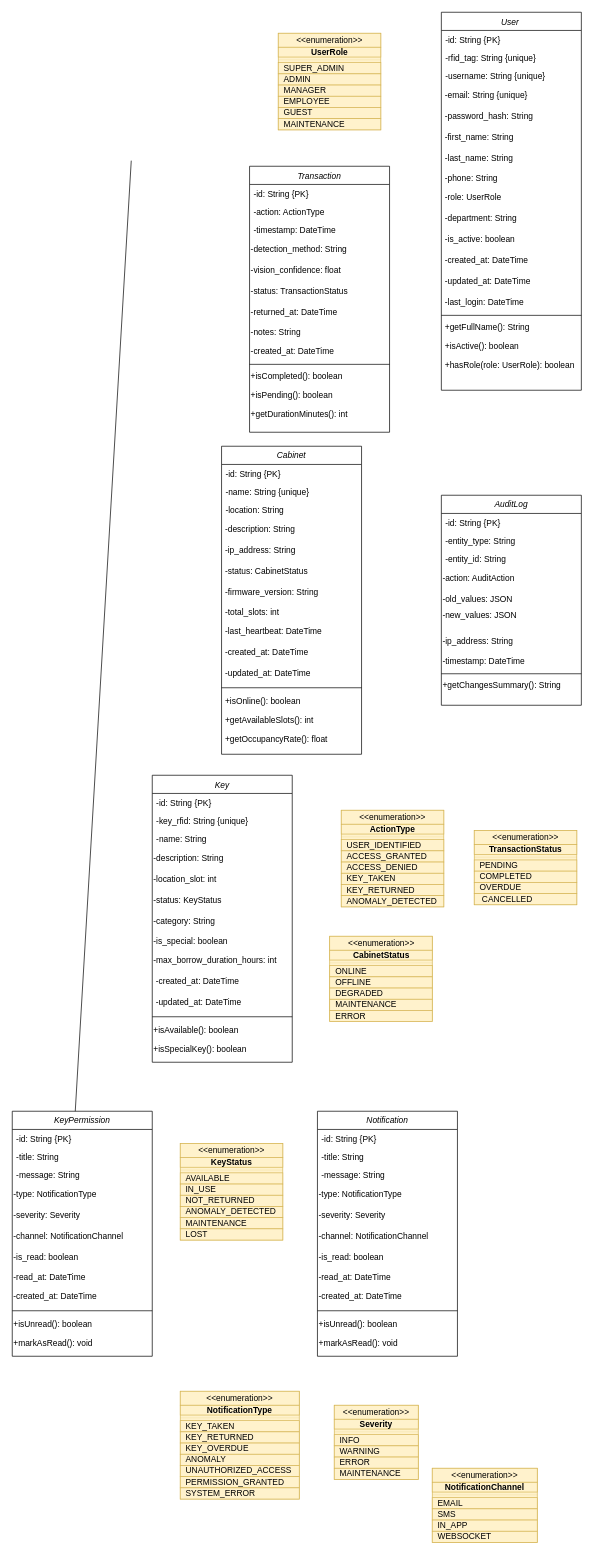
YosrMekkii/smart-key-management-web keeps this draw.io diagram as classdiagram.drawio. Above is the earlier version. Source tidied: cells renumbered, new cells numbered last; positions are measured from the earlier drawing's top-left corner, leaving out a move shared by most shapes. Both pictures are drawn from the tidied source at 70%, with x=0, y=0 at pixel (12, 12).
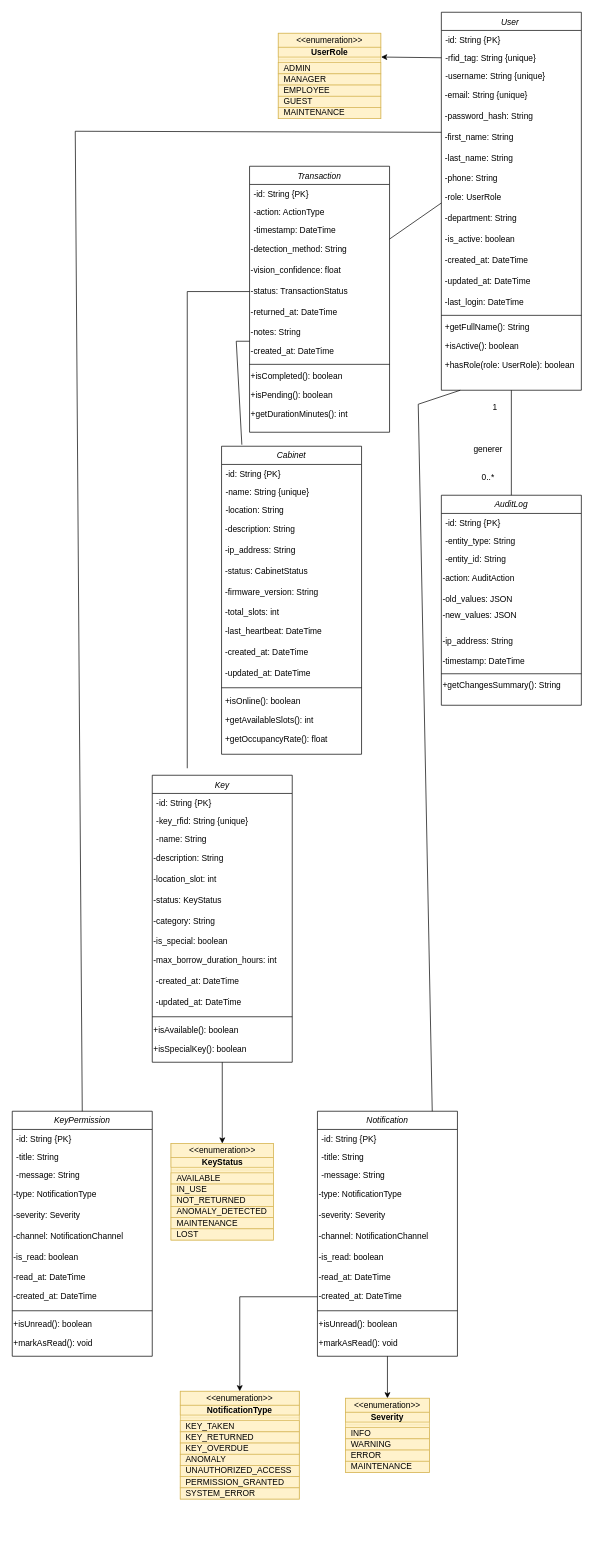
The same page after the edit.

Commit message:
Mettre à jour classdiagram.drawio

Unchanged cells that the change refers to:
```xml
<mxCell id="2" value="User " style="swimlane;fontStyle=2;align=center;verticalAlign=top;horizontal=1;startSize=26;rounded=0;shadow=0;strokeWidth=1;" parent="1" vertex="1">
  <mxGeometry x="613" width="200" height="540" as="geometry" />
</mxCell>
<mxCell id="4" value="-rfid_tag: String {unique}" style="text;align=left;verticalAlign=top;spacingLeft=4;spacingRight=4;overflow=hidden;points=[[0,0.5],[1,0.5]];portConstraint=eastwest;rounded=0;shadow=0;html=0;" parent="2" vertex="1">
  <mxGeometry y="52" width="200" height="26" as="geometry" />
</mxCell>
<mxCell id="8" value="&amp;nbsp;-first_name: String" style="text;html=1;whiteSpace=wrap;strokeColor=none;fillColor=none;align=left;verticalAlign=middle;rounded=0;" parent="2" vertex="1">
  <mxGeometry y="164" width="200" height="30" as="geometry" />
</mxCell>
<mxCell id="11" value="&amp;nbsp;-role: UserRole" style="text;html=1;whiteSpace=wrap;strokeColor=none;fillColor=none;align=left;verticalAlign=middle;rounded=0;" parent="2" vertex="1">
  <mxGeometry y="250" width="200" height="30" as="geometry" />
</mxCell>
<mxCell id="25" value="-detection_method: String" style="text;html=1;whiteSpace=wrap;strokeColor=none;fillColor=none;align=left;verticalAlign=middle;rounded=0;" parent="21" vertex="1">
  <mxGeometry y="104" width="200" height="30" as="geometry" />
</mxCell>
<mxCell id="27" value="-status: TransactionStatus" style="text;html=1;whiteSpace=wrap;strokeColor=none;fillColor=none;align=left;verticalAlign=middle;rounded=0;" parent="21" vertex="1">
  <mxGeometry y="164" width="200" height="30" as="geometry" />
</mxCell>
<mxCell id="30" value="-created_at: DateTime" style="text;html=1;whiteSpace=wrap;strokeColor=none;fillColor=none;align=left;verticalAlign=middle;rounded=0;" parent="21" vertex="1">
  <mxGeometry y="250" width="200" height="30" as="geometry" />
</mxCell>
<mxCell id="35" value="Cabinet" style="swimlane;fontStyle=2;align=center;verticalAlign=top;horizontal=1;startSize=26;rounded=0;shadow=0;strokeWidth=1;" parent="1" vertex="1">
  <mxGeometry x="299" y="620" width="200" height="440" as="geometry" />
</mxCell>
<mxCell id="51" value="Key" style="swimlane;fontStyle=2;align=center;verticalAlign=top;horizontal=1;startSize=26;rounded=0;shadow=0;strokeWidth=1;" parent="1" vertex="1">
  <mxGeometry x="200" y="1090" width="200" height="410" as="geometry" />
</mxCell>
<mxCell id="66" value="KeyPermission" style="swimlane;fontStyle=2;align=center;verticalAlign=top;horizontal=1;startSize=26;rounded=0;shadow=0;strokeWidth=1;" parent="1" vertex="1">
  <mxGeometry y="1570" width="200" height="350" as="geometry" />
</mxCell>
<mxCell id="79" value="Notification" style="swimlane;fontStyle=2;align=center;verticalAlign=top;horizontal=1;startSize=26;rounded=0;shadow=0;strokeWidth=1;" parent="1" vertex="1">
  <mxGeometry x="436" y="1570" width="200" height="350" as="geometry" />
</mxCell>
<mxCell id="88" value="-created_at: DateTime" style="text;html=1;whiteSpace=wrap;strokeColor=none;fillColor=none;align=left;verticalAlign=middle;rounded=0;" parent="79" vertex="1">
  <mxGeometry y="250" width="200" height="30" as="geometry" />
</mxCell>
<mxCell id="92" value="AuditLog" style="swimlane;fontStyle=2;align=center;verticalAlign=top;horizontal=1;startSize=26;rounded=0;shadow=0;strokeWidth=1;" parent="1" vertex="1">
  <mxGeometry x="613" y="690" width="200" height="300" as="geometry" />
</mxCell>
<mxCell id="104" value="&amp;lt;&amp;lt;enumeration&amp;gt;&amp;gt;" style="html=1;align=center;spacing=0;verticalAlign=middle;strokeColor=#d6b656;fillColor=#fff2cc;whiteSpace=wrap;" parent="103" vertex="1">
  <mxGeometry width="146.5" height="20" as="geometry" />
</mxCell>
<mxCell id="115" value="&amp;lt;&amp;lt;enumeration&amp;gt;&amp;gt;" style="html=1;align=center;spacing=0;verticalAlign=middle;strokeColor=#d6b656;fillColor=#fff2cc;whiteSpace=wrap;" parent="114" vertex="1">
  <mxGeometry width="170" height="20" as="geometry" />
</mxCell>
<mxCell id="127" value="&amp;lt;&amp;lt;enumeration&amp;gt;&amp;gt;" style="html=1;align=center;spacing=0;verticalAlign=middle;strokeColor=#d6b656;fillColor=#fff2cc;whiteSpace=wrap;" parent="126" vertex="1">
  <mxGeometry width="120" height="20" as="geometry" />
</mxCell>
<mxCell id="177" style="line;strokeWidth=0.25;fillColor=#fff2cc;align=left;verticalAlign=middle;spacingTop=-1;spacingLeft=3;spacingRight=3;labelPosition=right;points=[];portConstraint=eastwest;strokeColor=#d6b656;" parent="174" vertex="1">
  <mxGeometry y="34" width="146.5" height="8" as="geometry" />
</mxCell>
```

The edit, as a diff of the source:
```diff
@@
+    <mxCell id="186" style="edgeStyle=orthogonalEdgeStyle;rounded=0;jettySize=auto;html=1;entryX=0.5;entryY=0;entryDx=0;entryDy=0;" parent="1" edge="1" source="79" target="127">
+      <mxGeometry relative="1" as="geometry" />
+    </mxCell>
@@
     <mxCell id="103" style="fontStyle=1;align=center;verticalAlign=middle;horizontal=1;fillColor=#fff2cc;strokeColor=#d6b656;" parent="1" vertex="1">
-      <mxGeometry x="240" y="1616" width="146.5" height="138" as="geometry" />
+      <mxGeometry x="226.8" y="1616" width="146.5" height="138" as="geometry" />
     </mxCell>
@@
     <mxCell id="126" style="fontStyle=1;align=center;verticalAlign=middle;horizontal=1;fillColor=#fff2cc;strokeColor=#d6b656;" parent="1" vertex="1">
-      <mxGeometry x="460" y="1990" width="120" height="106" as="geometry" />
+      <mxGeometry x="476" y="1980" width="120" height="106" as="geometry" />
     </mxCell>
@@
-    <mxCell id="135" style="fontStyle=1;align=center;verticalAlign=middle;horizontal=1;fillColor=#fff2cc;strokeColor=#d6b656;" parent="1" vertex="1">
-      <mxGeometry x="600" y="2080" width="150" height="106" as="geometry" />
-    </mxCell>
-    <mxCell id="136" value="&amp;lt;&amp;lt;enumeration&amp;gt;&amp;gt;" style="html=1;align=center;spacing=0;verticalAlign=middle;strokeColor=#d6b656;fillColor=#fff2cc;whiteSpace=wrap;" parent="135" vertex="1">
-      <mxGeometry width="150" height="20" as="geometry" />
-    </mxCell>
-    <mxCell id="137" value="NotificationChannel" style="html=1;align=center;spacing=0;verticalAlign=middle;strokeColor=#d6b656;fillColor=#fff2cc;whiteSpace=wrap;fontStyle=1;" parent="135" vertex="1">
-      <mxGeometry y="20" width="150" height="14" as="geometry" />
-    </mxCell>
-    <mxCell id="138" style="line;strokeWidth=0.25;fillColor=#fff2cc;align=left;verticalAlign=middle;spacingTop=-1;spacingLeft=3;spacingRight=3;labelPosition=right;strokeColor=#d6b656;" parent="135" vertex="1">
-      <mxGeometry y="34" width="150" height="8" as="geometry" />
-    </mxCell>
-    <mxCell id="139" value="EMAIL" style="html=1;align=left;spacing=0;spacingLeft=8;verticalAlign=middle;strokeColor=#d6b656;fillColor=#fff2cc;whiteSpace=wrap;" parent="135" vertex="1">
-      <mxGeometry y="42" width="150" height="16" as="geometry" />
-    </mxCell>
-    <mxCell id="140" value="SMS" style="html=1;align=left;spacing=0;spacingLeft=8;verticalAlign=middle;strokeColor=#d6b656;fillColor=#fff2cc;whiteSpace=wrap;" parent="135" vertex="1">
-      <mxGeometry y="58" width="150" height="16" as="geometry" />
-    </mxCell>
-    <mxCell id="141" style="html=1;align=left;spacing=0;spacingLeft=8;verticalAlign=middle;strokeColor=#d6b656;fillColor=#fff2cc;whiteSpace=wrap;" parent="135" vertex="1">
-      <mxGeometry y="74" width="150" as="geometry" />
-    </mxCell>
-    <mxCell id="142" value="IN_APP" style="html=1;align=left;spacing=0;spacingLeft=8;verticalAlign=middle;strokeColor=#d6b656;fillColor=#fff2cc;whiteSpace=wrap;" parent="135" vertex="1">
-      <mxGeometry y="74" width="150" height="16" as="geometry" />
-    </mxCell>
-    <mxCell id="143" value="WEBSOCKET" style="html=1;align=left;spacing=0;spacingLeft=8;verticalAlign=middle;strokeColor=#d6b656;fillColor=#fff2cc;whiteSpace=wrap;" parent="135" vertex="1">
-      <mxGeometry y="90" width="150" height="16" as="geometry" />
-    </mxCell>
-    <mxCell id="144" style="fontStyle=1;align=center;verticalAlign=middle;horizontal=1;fillColor=#fff2cc;strokeColor=#d6b656;" parent="1" vertex="1">
-      <mxGeometry x="453.5" y="1320" width="146.5" height="122" as="geometry" />
-    </mxCell>
-    <mxCell id="145" value="&amp;lt;&amp;lt;enumeration&amp;gt;&amp;gt;" style="html=1;align=center;spacing=0;verticalAlign=middle;strokeColor=#d6b656;fillColor=#fff2cc;whiteSpace=wrap;" parent="144" vertex="1">
-      <mxGeometry width="146.5" height="20" as="geometry" />
-    </mxCell>
-    <mxCell id="146" value="CabinetStatus" style="html=1;align=center;spacing=0;verticalAlign=middle;strokeColor=#d6b656;fillColor=#fff2cc;whiteSpace=wrap;fontStyle=1;" parent="144" vertex="1">
-      <mxGeometry y="20" width="146.5" height="14" as="geometry" />
-    </mxCell>
-    <mxCell id="147" style="line;strokeWidth=0.25;fillColor=#fff2cc;align=left;verticalAlign=middle;spacingTop=-1;spacingLeft=3;spacingRight=3;labelPosition=right;strokeColor=#d6b656;" parent="144" vertex="1">
-      <mxGeometry y="34" width="146.5" height="8" as="geometry" />
-    </mxCell>
-    <mxCell id="148" value="ONLINE" style="html=1;align=left;spacing=0;spacingLeft=8;verticalAlign=middle;strokeColor=#d6b656;fillColor=#fff2cc;whiteSpace=wrap;" parent="144" vertex="1">
-      <mxGeometry y="42" width="146.5" height="16" as="geometry" />
-    </mxCell>
-    <mxCell id="149" value="OFFLINE" style="html=1;align=left;spacing=0;spacingLeft=8;verticalAlign=middle;strokeColor=#d6b656;fillColor=#fff2cc;whiteSpace=wrap;" parent="144" vertex="1">
-      <mxGeometry y="58" width="146.5" height="16" as="geometry" />
-    </mxCell>
-    <mxCell id="150" style="html=1;align=left;spacing=0;spacingLeft=8;verticalAlign=middle;strokeColor=#d6b656;fillColor=#fff2cc;whiteSpace=wrap;" parent="144" vertex="1">
-      <mxGeometry y="74" width="146.5" as="geometry" />
-    </mxCell>
-    <mxCell id="151" value="DEGRADED" style="html=1;align=left;spacing=0;spacingLeft=8;verticalAlign=middle;strokeColor=#d6b656;fillColor=#fff2cc;whiteSpace=wrap;" parent="144" vertex="1">
-      <mxGeometry y="74" width="146.5" height="16" as="geometry" />
-    </mxCell>
-    <mxCell id="152" value="MAINTENANCE" style="html=1;align=left;spacing=0;spacingLeft=8;verticalAlign=middle;strokeColor=#d6b656;fillColor=#fff2cc;whiteSpace=wrap;" parent="144" vertex="1">
-      <mxGeometry y="90" width="146.5" height="16" as="geometry" />
-    </mxCell>
-    <mxCell id="153" value="ERROR" style="html=1;align=left;spacing=0;spacingLeft=8;verticalAlign=middle;strokeColor=#d6b656;fillColor=#fff2cc;whiteSpace=wrap;" parent="144" vertex="1">
-      <mxGeometry y="106" width="146.5" height="16" as="geometry" />
-    </mxCell>
-    <mxCell id="154" style="fontStyle=1;align=center;verticalAlign=middle;horizontal=1;fillColor=#fff2cc;strokeColor=#d6b656;" parent="1" vertex="1">
-      <mxGeometry x="470" y="1140" width="146.5" height="138" as="geometry" />
-    </mxCell>
-    <mxCell id="155" value="&amp;lt;&amp;lt;enumeration&amp;gt;&amp;gt;" style="html=1;align=center;spacing=0;verticalAlign=middle;strokeColor=#d6b656;fillColor=#fff2cc;whiteSpace=wrap;" parent="154" vertex="1">
-      <mxGeometry width="146.5" height="20" as="geometry" />
-    </mxCell>
-    <mxCell id="156" value="ActionType" style="html=1;align=center;spacing=0;verticalAlign=middle;strokeColor=#d6b656;fillColor=#fff2cc;whiteSpace=wrap;fontStyle=1;" parent="154" vertex="1">
-      <mxGeometry y="20" width="146.5" height="14" as="geometry" />
-    </mxCell>
-    <mxCell id="157" style="line;strokeWidth=0.25;fillColor=#fff2cc;align=left;verticalAlign=middle;spacingTop=-1;spacingLeft=3;spacingRight=3;labelPosition=right;strokeColor=#d6b656;" parent="154" vertex="1">
-      <mxGeometry y="34" width="146.5" height="8" as="geometry" />
-    </mxCell>
-    <mxCell id="158" value="USER_IDENTIFIED" style="html=1;align=left;spacing=0;spacingLeft=8;verticalAlign=middle;strokeColor=#d6b656;fillColor=#fff2cc;whiteSpace=wrap;" parent="154" vertex="1">
-      <mxGeometry y="42" width="146.5" height="16" as="geometry" />
-    </mxCell>
-    <mxCell id="159" value="ACCESS_GRANTED" style="html=1;align=left;spacing=0;spacingLeft=8;verticalAlign=middle;strokeColor=#d6b656;fillColor=#fff2cc;whiteSpace=wrap;" parent="154" vertex="1">
-      <mxGeometry y="58" width="146.5" height="16" as="geometry" />
-    </mxCell>
-    <mxCell id="160" style="html=1;align=left;spacing=0;spacingLeft=8;verticalAlign=middle;strokeColor=#d6b656;fillColor=#fff2cc;whiteSpace=wrap;" parent="154" vertex="1">
-      <mxGeometry y="74" width="146.5" as="geometry" />
-    </mxCell>
-    <mxCell id="161" value="ACCESS_DENIED" style="html=1;align=left;spacing=0;spacingLeft=8;verticalAlign=middle;strokeColor=#d6b656;fillColor=#fff2cc;whiteSpace=wrap;" parent="154" vertex="1">
-      <mxGeometry y="74" width="146.5" height="16" as="geometry" />
-    </mxCell>
-    <mxCell id="162" value="KEY_TAKEN" style="html=1;align=left;spacing=0;spacingLeft=8;verticalAlign=middle;strokeColor=#d6b656;fillColor=#fff2cc;whiteSpace=wrap;" parent="154" vertex="1">
-      <mxGeometry y="90" width="146.5" height="16" as="geometry" />
-    </mxCell>
-    <mxCell id="163" value="KEY_RETURNED" style="html=1;align=left;spacing=0;spacingLeft=8;verticalAlign=middle;strokeColor=#d6b656;fillColor=#fff2cc;whiteSpace=wrap;" parent="154" vertex="1">
-      <mxGeometry y="106" width="146.5" height="16" as="geometry" />
-    </mxCell>
-    <mxCell id="164" value="ANOMALY_DETECTED" style="html=1;align=left;spacing=0;spacingLeft=8;verticalAlign=middle;strokeColor=#d6b656;fillColor=#fff2cc;whiteSpace=wrap;" parent="154" vertex="1">
-      <mxGeometry y="122" width="146.5" height="16" as="geometry" />
-    </mxCell>
-    <mxCell id="165" style="fontStyle=1;align=center;verticalAlign=middle;horizontal=1;fillColor=#fff2cc;strokeColor=#d6b656;" parent="1" vertex="1">
-      <mxGeometry x="660" y="1169" width="146.5" height="106" as="geometry" />
-    </mxCell>
-    <mxCell id="166" value="&amp;lt;&amp;lt;enumeration&amp;gt;&amp;gt;" style="html=1;align=center;spacing=0;verticalAlign=middle;strokeColor=#d6b656;fillColor=#fff2cc;whiteSpace=wrap;" parent="165" vertex="1">
-      <mxGeometry width="146.5" height="20" as="geometry" />
-    </mxCell>
-    <mxCell id="167" value="TransactionStatus" style="html=1;align=center;spacing=0;verticalAlign=middle;strokeColor=#d6b656;fillColor=#fff2cc;whiteSpace=wrap;fontStyle=1;" parent="165" vertex="1">
-      <mxGeometry y="20" width="146.5" height="14" as="geometry" />
-    </mxCell>
-    <mxCell id="168" style="line;strokeWidth=0.25;fillColor=#fff2cc;align=left;verticalAlign=middle;spacingTop=-1;spacingLeft=3;spacingRight=3;labelPosition=right;strokeColor=#d6b656;" parent="165" vertex="1">
-      <mxGeometry y="34" width="146.5" height="8" as="geometry" />
-    </mxCell>
-    <mxCell id="169" value="PENDING" style="html=1;align=left;spacing=0;spacingLeft=8;verticalAlign=middle;strokeColor=#d6b656;fillColor=#fff2cc;whiteSpace=wrap;" parent="165" vertex="1">
-      <mxGeometry y="42" width="146.5" height="16" as="geometry" />
-    </mxCell>
-    <mxCell id="170" value="COMPLETED" style="html=1;align=left;spacing=0;spacingLeft=8;verticalAlign=middle;strokeColor=#d6b656;fillColor=#fff2cc;whiteSpace=wrap;" parent="165" vertex="1">
-      <mxGeometry y="58" width="146.5" height="16" as="geometry" />
-    </mxCell>
-    <mxCell id="171" style="html=1;align=left;spacing=0;spacingLeft=8;verticalAlign=middle;strokeColor=#d6b656;fillColor=#fff2cc;whiteSpace=wrap;" parent="165" vertex="1">
-      <mxGeometry y="74" width="146.5" as="geometry" />
-    </mxCell>
-    <mxCell id="172" value="OVERDUE" style="html=1;align=left;spacing=0;spacingLeft=8;verticalAlign=middle;strokeColor=#d6b656;fillColor=#fff2cc;whiteSpace=wrap;" parent="165" vertex="1">
-      <mxGeometry y="74" width="146.5" height="16" as="geometry" />
-    </mxCell>
-    <mxCell id="173" value="&amp;nbsp;CANCELLED" style="html=1;align=left;spacing=0;spacingLeft=8;verticalAlign=middle;strokeColor=#d6b656;fillColor=#fff2cc;whiteSpace=wrap;" parent="165" vertex="1">
-      <mxGeometry y="90" width="146.5" height="16" as="geometry" />
-    </mxCell>
     <mxCell id="174" style="fontStyle=1;align=center;verticalAlign=middle;horizontal=1;fillColor=#fff2cc;strokeColor=#d6b656;" parent="1" vertex="1">
-      <mxGeometry x="380" y="30" width="146.5" height="138" as="geometry" />
+      <mxGeometry x="380" y="30" width="146.5" height="122" as="geometry" />
     </mxCell>
@@
-    <mxCell id="178" value="SUPER_ADMIN" style="html=1;align=left;spacing=0;spacingLeft=8;verticalAlign=middle;strokeColor=#d6b656;fillColor=#fff2cc;whiteSpace=wrap;" parent="174" vertex="1">
-      <mxGeometry y="42" width="146.5" height="16" as="geometry" />
-    </mxCell>
     <mxCell id="179" value="ADMIN" style="html=1;align=left;spacing=0;spacingLeft=8;verticalAlign=middle;strokeColor=#d6b656;fillColor=#fff2cc;whiteSpace=wrap;" parent="174" vertex="1">
-      <mxGeometry y="58" width="146.5" height="16" as="geometry" />
+      <mxGeometry y="42" width="146.5" height="16" as="geometry" />
     </mxCell>
     <mxCell id="180" style="html=1;align=left;spacing=0;spacingLeft=8;verticalAlign=middle;strokeColor=#d6b656;fillColor=#fff2cc;whiteSpace=wrap;" parent="174" vertex="1">
-      <mxGeometry y="74" width="146.5" as="geometry" />
+      <mxGeometry y="58" width="146.5" as="geometry" />
     </mxCell>
     <mxCell id="181" value="MANAGER" style="html=1;align=left;spacing=0;spacingLeft=8;verticalAlign=middle;strokeColor=#d6b656;fillColor=#fff2cc;whiteSpace=wrap;" parent="174" vertex="1">
-      <mxGeometry y="74" width="146.5" height="16" as="geometry" />
+      <mxGeometry y="58" width="146.5" height="16" as="geometry" />
     </mxCell>
     <mxCell id="182" value="EMPLOYEE" style="html=1;align=left;spacing=0;spacingLeft=8;verticalAlign=middle;strokeColor=#d6b656;fillColor=#fff2cc;whiteSpace=wrap;" parent="174" vertex="1">
-      <mxGeometry y="90" width="146.5" height="16" as="geometry" />
+      <mxGeometry y="74" width="146.5" height="16" as="geometry" />
     </mxCell>
     <mxCell id="183" value="GUEST" style="html=1;align=left;spacing=0;spacingLeft=8;verticalAlign=middle;strokeColor=#d6b656;fillColor=#fff2cc;whiteSpace=wrap;" parent="174" vertex="1">
-      <mxGeometry y="106" width="146.5" height="16" as="geometry" />
+      <mxGeometry y="90" width="146.5" height="16" as="geometry" />
     </mxCell>
     <mxCell id="184" value="MAINTENANCE" style="html=1;align=left;spacing=0;spacingLeft=8;verticalAlign=middle;strokeColor=#d6b656;fillColor=#fff2cc;whiteSpace=wrap;" parent="174" vertex="1">
-      <mxGeometry y="122" width="146.5" height="16" as="geometry" />
+      <mxGeometry y="106" width="146.5" height="16" as="geometry" />
     </mxCell>
-    <mxCell id="185" style="endArrow=none;html=1;rounded=0;exitX=0.45;exitY=0;exitDx=0;exitDy=0;exitPerimeter=0;" parent="1" edge="1" source="66">
-      <mxGeometry relative="1" as="geometry">
-        <mxPoint x="170" y="212" as="targetPoint" />
-      </mxGeometry>
+    <mxCell id="185" style="endArrow=none;html=1;rounded=0;entryX=0.5;entryY=1;entryDx=0;entryDy=0;exitX=0.5;exitY=0;exitDx=0;exitDy=0;" parent="1" edge="1" source="92" target="2">
+      <mxGeometry relative="1" as="geometry" />
     </mxCell>
+    <mxCell id="187" style="endArrow=classic;html=1;rounded=0;exitX=0;exitY=0.5;exitDx=0;exitDy=0;entryX=1.003;entryY=0;entryDx=0;entryDy=0;entryPerimeter=0;" parent="1" edge="1" source="4" target="177">
+      <mxGeometry relative="1" as="geometry" />
+    </mxCell>
+    <mxCell id="188" value="1" style="text;html=1;whiteSpace=wrap;strokeColor=none;fillColor=none;align=center;verticalAlign=middle;rounded=0;" parent="1" vertex="1">
+      <mxGeometry x="660" y="550" width="60" height="30" as="geometry" />
+    </mxCell>
+    <mxCell id="189" value="0..*" style="text;html=1;whiteSpace=wrap;strokeColor=none;fillColor=none;align=center;verticalAlign=middle;rounded=0;" parent="1" vertex="1">
+      <mxGeometry x="650" y="650" width="60" height="30" as="geometry" />
+    </mxCell>
+    <mxCell id="190" value="generer" style="text;html=1;whiteSpace=wrap;strokeColor=none;fillColor=none;align=center;verticalAlign=middle;rounded=0;" parent="1" vertex="1">
+      <mxGeometry x="650" y="610" width="60" height="30" as="geometry" />
+    </mxCell>
+    <mxCell id="191" style="endArrow=none;html=1;rounded=0;exitX=0.82;exitY=0;exitDx=0;exitDy=0;exitPerimeter=0;" parent="1" edge="1" source="79">
+      <mxGeometry relative="1" as="geometry">
+        <mxPoint x="640" y="540" as="targetPoint" />
+        <Array as="points">
+          <mxPoint x="580" y="560" />
+        </Array>
+      </mxGeometry>
+    </mxCell>
+    <mxCell id="192" style="endArrow=classic;html=1;rounded=0;exitX=0.5;exitY=1;exitDx=0;exitDy=0;entryX=0.5;entryY=0;entryDx=0;entryDy=0;" parent="1" edge="1" source="51" target="104">
+      <mxGeometry relative="1" as="geometry" />
+    </mxCell>
+    <mxCell id="193" style="edgeStyle=orthogonalEdgeStyle;rounded=0;jettySize=auto;html=1;entryX=0.5;entryY=0;entryDx=0;entryDy=0;" parent="1" edge="1" source="88" target="115">
+      <mxGeometry relative="1" as="geometry" />
+    </mxCell>
+    <mxCell id="194" style="endArrow=none;html=1;rounded=0;entryX=0;entryY=0.75;entryDx=0;entryDy=0;exitX=1;exitY=0;exitDx=0;exitDy=0;" parent="1" edge="1" source="25" target="11">
+      <mxGeometry relative="1" as="geometry" />
+    </mxCell>
+    <mxCell id="195" style="endArrow=none;html=1;rounded=0;entryX=0;entryY=0.25;entryDx=0;entryDy=0;exitX=0.5;exitY=0;exitDx=0;exitDy=0;" parent="1" edge="1" source="66" target="8">
+      <mxGeometry relative="1" as="geometry">
+        <Array as="points">
+          <mxPoint x="90" y="170" />
+        </Array>
+      </mxGeometry>
+    </mxCell>
+    <mxCell id="196" style="endArrow=none;html=1;rounded=0;entryX=0;entryY=0.5;entryDx=0;entryDy=0;" parent="1" edge="1" target="27">
+      <mxGeometry relative="1" as="geometry">
+        <mxPoint x="250" y="1080" as="sourcePoint" />
+        <Array as="points">
+          <mxPoint x="250" y="399" />
+        </Array>
+      </mxGeometry>
+    </mxCell>
+    <mxCell id="197" style="endArrow=none;html=1;rounded=0;entryX=0;entryY=0;entryDx=0;entryDy=0;exitX=0.145;exitY=-0.005;exitDx=0;exitDy=0;exitPerimeter=0;" parent="1" edge="1" source="35" target="30">
+      <mxGeometry relative="1" as="geometry">
+        <Array as="points">
+          <mxPoint x="320" y="470" />
+        </Array>
+      </mxGeometry>
+    </mxCell>
```
